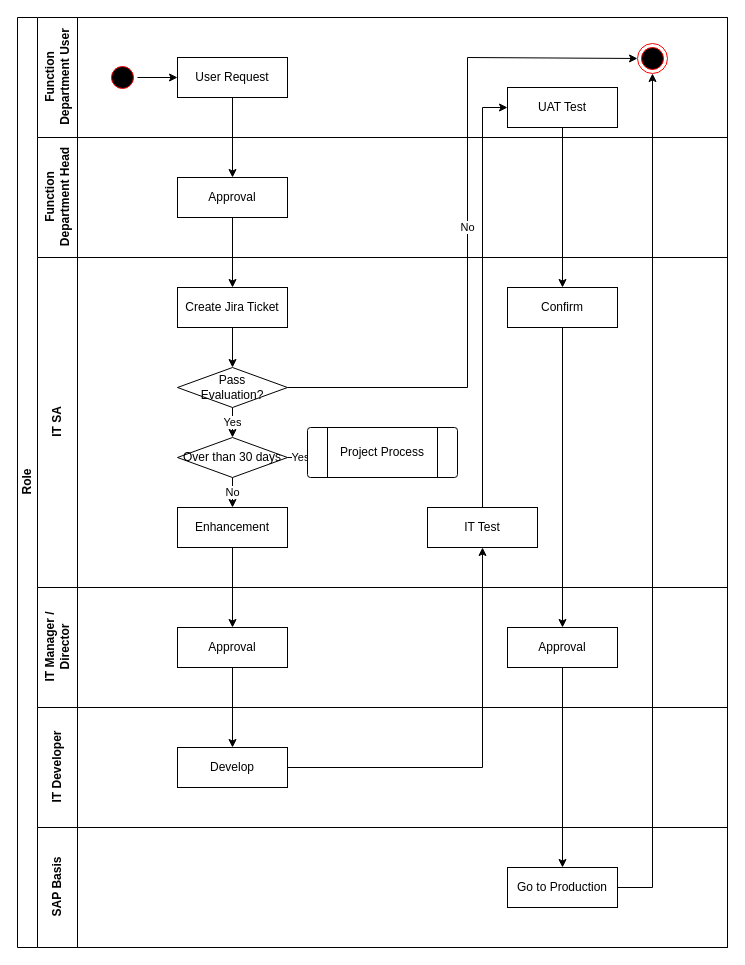
The draw.io diagram ChinaITApproveProcess.drawio in luss613/draw.io, before the edit. Source tidied: cells renumbered, new cells numbered last; positions are measured from the earlier drawing's top-left corner, leaving out a move shared by most shapes. Both pictures are drawn from the tidied source at 100%, with x=0, y=0 at pixel (17, 17).
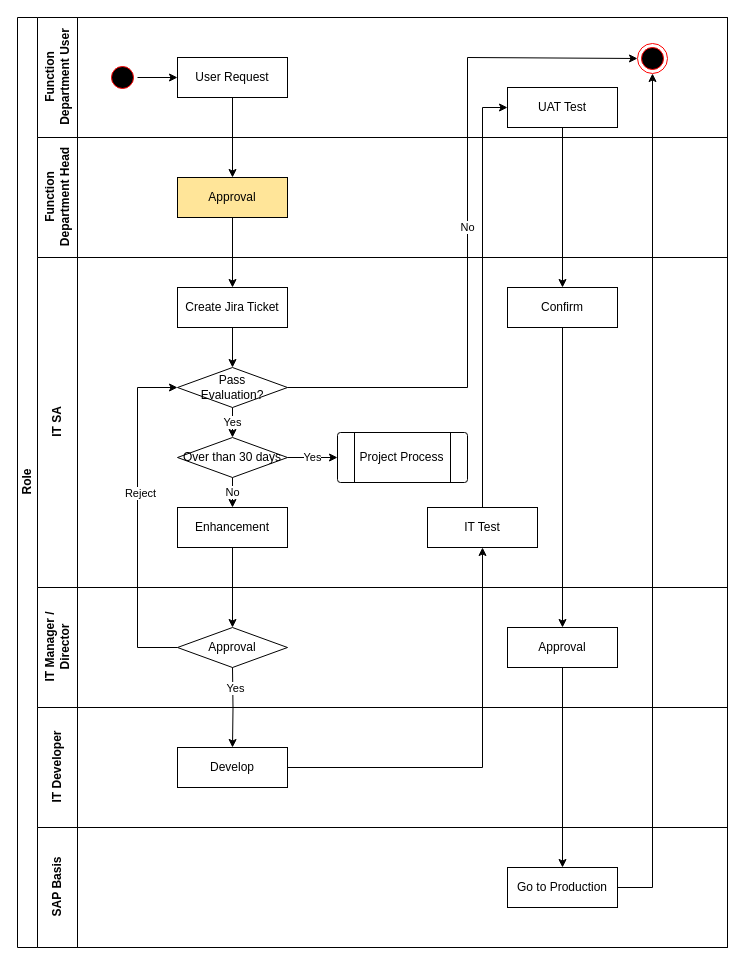
The same diagram, later.

The change refers to these unchanged cells:
```xml
<mxCell id="2" value="Role" style="swimlane;html=1;horizontal=0;startSize=20;" parent="1" vertex="1">
  <mxGeometry width="710" height="930" as="geometry" />
</mxCell>
<mxCell id="9" value="Function&lt;br&gt;Department Head" style="swimlane;html=1;startSize=40;horizontal=0;" parent="2" vertex="1">
  <mxGeometry x="20" y="120" width="690" height="120" as="geometry" />
</mxCell>
<mxCell id="11" value="IT SA" style="swimlane;html=1;startSize=40;horizontal=0;" parent="2" vertex="1">
  <mxGeometry x="20" y="240" width="690" height="330" as="geometry" />
</mxCell>
<mxCell id="13" value="Pass&lt;br&gt;Evaluation?" style="strokeWidth=1;html=1;shape=mxgraph.flowchart.decision;whiteSpace=wrap;" parent="11" vertex="1">
  <mxGeometry x="140" y="110" width="110" height="40" as="geometry" />
</mxCell>
<mxCell id="18" value="Enhancement" style="rounded=0;whiteSpace=wrap;html=1;" parent="11" vertex="1">
  <mxGeometry x="140" y="250" width="110" height="40" as="geometry" />
</mxCell>
<mxCell id="23" value="IT Manager /&lt;br&gt;Director" style="swimlane;html=1;startSize=40;horizontal=0;" parent="2" vertex="1">
  <mxGeometry x="20" y="570" width="690" height="120" as="geometry" />
</mxCell>
<mxCell id="27" value="Develop" style="rounded=0;whiteSpace=wrap;html=1;" parent="26" vertex="1">
  <mxGeometry x="140" y="40" width="110" height="40" as="geometry" />
</mxCell>
```

Diff of the diagram source:
```diff
@@
-    <mxCell id="10" value="Approval" style="rounded=0;whiteSpace=wrap;html=1;" parent="9" vertex="1">
+    <mxCell id="10" value="Approval" style="rounded=0;whiteSpace=wrap;html=1;fillColor=#FFE599;" parent="9" vertex="1">
       <mxGeometry x="140" y="40" width="110" height="40" as="geometry" />
     </mxCell>
@@
     <mxCell id="17" value="Project Process" style="verticalLabelPosition=middle;verticalAlign=middle;html=1;shape=process;whiteSpace=wrap;rounded=1;size=0.13333333333333333;arcSize=6;strokeWidth=1;labelPosition=center;align=center;" parent="11" vertex="1">
-      <mxGeometry x="270" y="170" width="150" height="50" as="geometry" />
+      <mxGeometry x="300" y="175" width="130" height="50" as="geometry" />
     </mxCell>
@@
+    <mxCell id="25" value="Approval" style="rounded=0;whiteSpace=wrap;html=1;" parent="23" vertex="1">
+      <mxGeometry x="470" y="40" width="110" height="40" as="geometry" />
+    </mxCell>
-    <mxCell id="24" value="Approval" style="rounded=0;whiteSpace=wrap;html=1;" parent="23" vertex="1">
+    <mxCell id="24" value="Approval" style="strokeWidth=1;html=1;shape=mxgraph.flowchart.decision;whiteSpace=wrap;" parent="23" vertex="1">
       <mxGeometry x="140" y="40" width="110" height="40" as="geometry" />
     </mxCell>
-    <mxCell id="25" value="Approval" style="rounded=0;whiteSpace=wrap;html=1;" parent="23" vertex="1">
-      <mxGeometry x="470" y="40" width="110" height="40" as="geometry" />
-    </mxCell>
@@
-    <mxCell id="32" style="edgeStyle=orthogonalEdgeStyle;rounded=0;jettySize=auto;html=1;" parent="2" edge="1" source="24" target="27">
-      <mxGeometry relative="1" as="geometry" />
+    <mxCell id="32" style="edgeStyle=orthogonalEdgeStyle;rounded=0;jettySize=auto;html=1;" parent="2" edge="1" target="27">
+      <mxGeometry relative="1" as="geometry">
+        <mxPoint x="215" y="650" as="sourcePoint" />
+      </mxGeometry>
     </mxCell>
+    <mxCell id="41" value="Yes" style="edgeLabel;html=1;align=center;verticalAlign=middle;" parent="32" vertex="1">
+      <mxGeometry x="-0.47" y="2" relative="1" as="geometry" />
+    </mxCell>
@@
-    <mxCell id="40" style="edgeStyle=orthogonalEdgeStyle;rounded=0;jettySize=auto;html=1;" parent="2" edge="1" source="18" target="24">
-      <mxGeometry relative="1" as="geometry" />
+    <mxCell id="40" style="edgeStyle=orthogonalEdgeStyle;rounded=0;jettySize=auto;html=1;" parent="2" edge="1" source="18">
+      <mxGeometry relative="1" as="geometry">
+        <mxPoint x="215" y="610" as="targetPoint" />
+      </mxGeometry>
     </mxCell>
+    <mxCell id="42" style="edgeStyle=orthogonalEdgeStyle;rounded=0;jettySize=auto;html=1;entryX=0;entryY=0.5;entryDx=0;entryDy=0;entryPerimeter=0;" parent="2" edge="1" source="24" target="13">
+      <mxGeometry relative="1" as="geometry">
+        <Array as="points">
+          <mxPoint x="120" y="630" />
+          <mxPoint x="120" y="370" />
+        </Array>
+      </mxGeometry>
+    </mxCell>
+    <mxCell id="43" value="Reject" style="edgeLabel;html=1;align=center;verticalAlign=middle;" parent="42" vertex="1">
+      <mxGeometry x="0.15" y="-2" relative="1" as="geometry" />
+    </mxCell>
```
